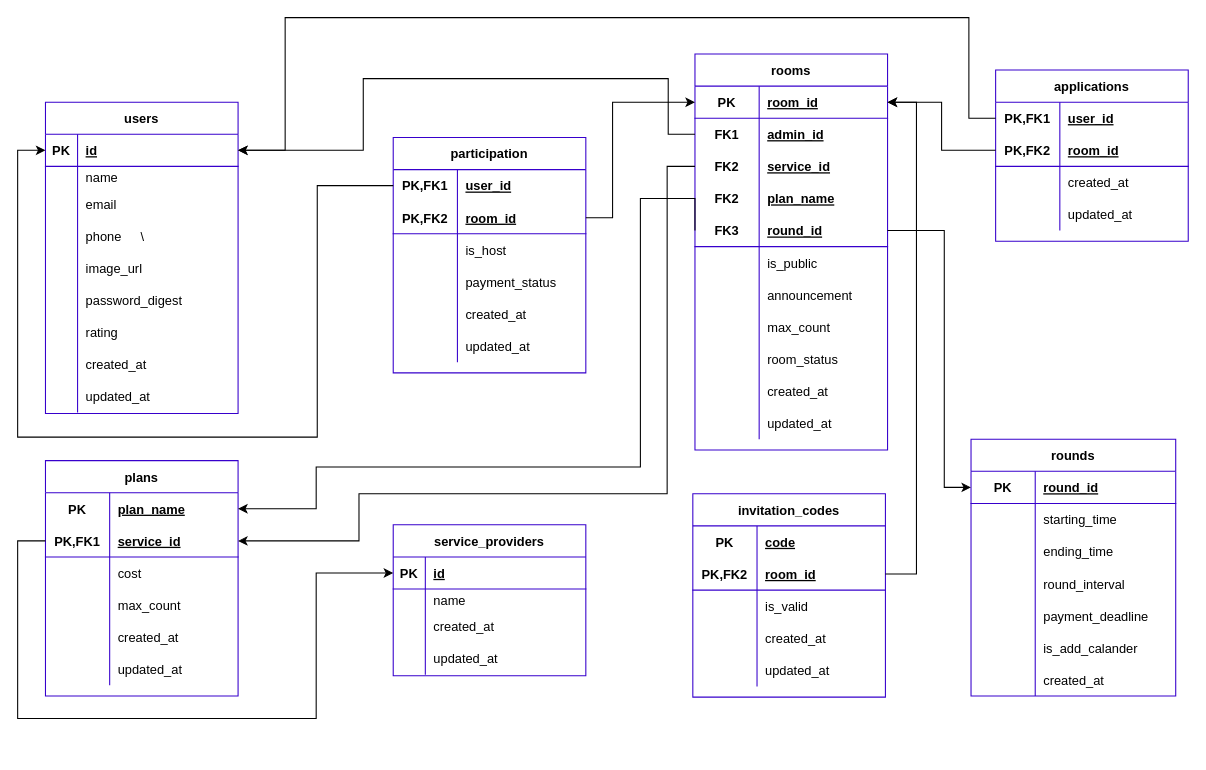
Before: db/schema/table.drawio in billsgates/salamander, a draw.io diagram. Source tidied: cells renumbered, new cells numbered last; positions are measured from the earlier drawing's top-left corner, leaving out a move shared by most shapes. Both pictures are drawn from the tidied source at 107%, with x=0, y=0 at pixel (17, 17).
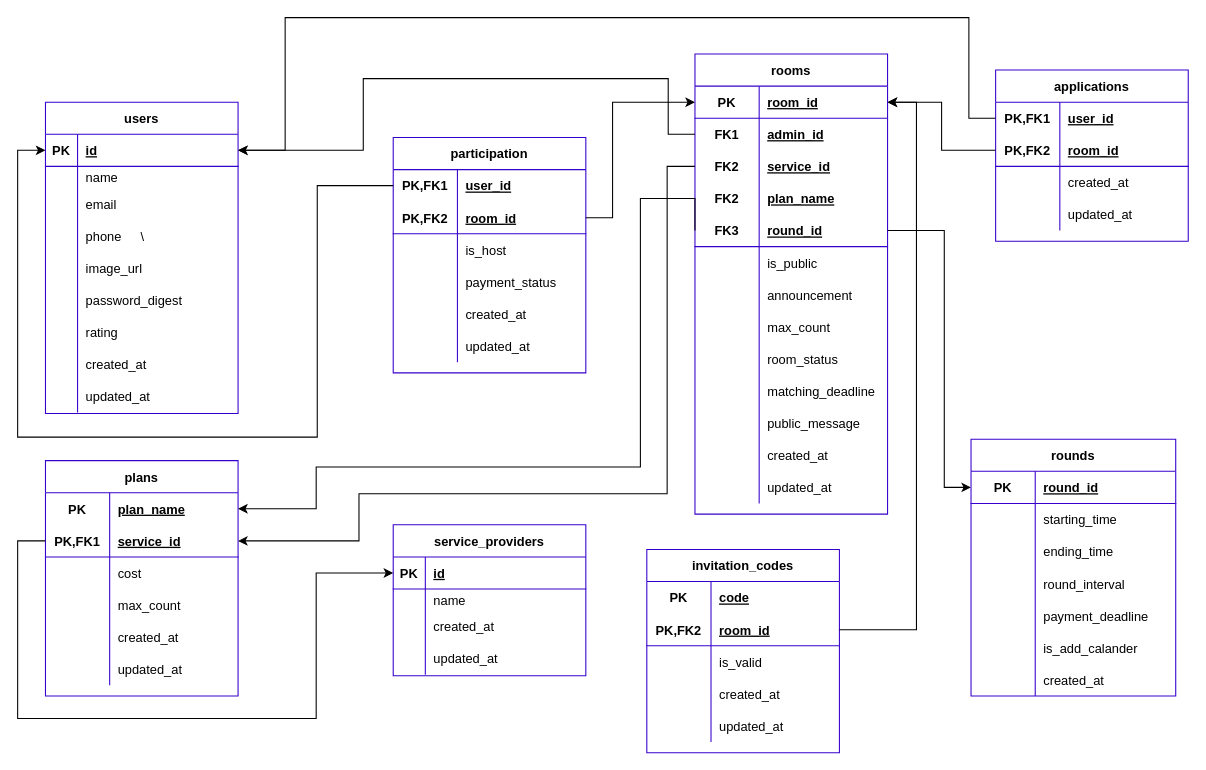
Above is the later version.

Commit message (it also covers changes not shown here):
Update database schema & Update /rooms POST request body

Unchanged cells that the change refers to:
```xml
<mxCell id="63" style="shape=partialRectangle;fillColor=none;top=0;left=0;bottom=1;right=0;points=[[0,0.5],[1,0.5]];portConstraint=eastwest;strokeColor=#3700CC;" parent="62" vertex="1">
  <mxGeometry y="30" width="180" height="30" as="geometry" />
</mxCell>
<mxCell id="125" style="shape=partialRectangle;fillColor=none;top=0;left=0;bottom=1;right=0;points=[[0,0.5],[1,0.5]];portConstraint=eastwest;strokeColor=#3700CC;" parent="121" vertex="1">
  <mxGeometry y="60" width="180" height="30" as="geometry" />
</mxCell>
```

Diff of the diagram source:
```diff
@@
     <mxCell id="62" value="rooms" style="shape=table;startSize=30;childLayout=tableLayout;rowLines=0;fontStyle=1;align=center;shadow=0;labelBackgroundColor=none;strokeColor=#3700CC;fontColor=#000000;fillColor=#FFFFFF;swimlaneFillColor=#ffffff;" parent="1" vertex="1">
-      <mxGeometry x="633" y="34" width="180" height="370" as="geometry" />
+      <mxGeometry x="633" y="34" width="180" height="430" as="geometry" />
     </mxCell>
@@
+    <mxCell id="178" style="shape=partialRectangle;fillColor=none;top=0;left=0;bottom=0;right=0;" parent="62" vertex="1">
+      <mxGeometry y="300" width="180" height="30" as="geometry" />
+    </mxCell>
+    <mxCell id="179" style="shape=partialRectangle;fillColor=none;top=0;left=0;bottom=0;right=0;overflow=hidden;fontColor=#000000;" parent="178" vertex="1">
+      <mxGeometry width="60" height="30" as="geometry" />
+    </mxCell>
+    <mxCell id="180" value="matching_deadline" style="shape=partialRectangle;fillColor=none;top=0;left=0;bottom=0;right=0;align=left;spacingLeft=6;overflow=hidden;fontColor=#000000;" parent="178" vertex="1">
+      <mxGeometry x="60" width="120" height="30" as="geometry" />
+    </mxCell>
+    <mxCell id="181" style="shape=partialRectangle;fillColor=none;top=0;left=0;bottom=0;right=0;" parent="62" vertex="1">
+      <mxGeometry y="330" width="180" height="30" as="geometry" />
+    </mxCell>
+    <mxCell id="182" style="shape=partialRectangle;fillColor=none;top=0;left=0;bottom=0;right=0;overflow=hidden;fontColor=#000000;" parent="181" vertex="1">
+      <mxGeometry width="60" height="30" as="geometry" />
+    </mxCell>
+    <mxCell id="183" value="public_message" style="shape=partialRectangle;fillColor=none;top=0;left=0;bottom=0;right=0;align=left;spacingLeft=6;overflow=hidden;fontColor=#000000;" parent="181" vertex="1">
+      <mxGeometry x="60" width="120" height="30" as="geometry" />
+    </mxCell>
     <mxCell id="90" style="shape=partialRectangle;fillColor=none;top=0;left=0;bottom=0;right=0;" parent="62" vertex="1">
-      <mxGeometry y="300" width="180" height="30" as="geometry" />
+      <mxGeometry y="360" width="180" height="30" as="geometry" />
     </mxCell>
@@
     <mxCell id="93" style="shape=partialRectangle;fillColor=none;top=0;left=0;bottom=0;right=0;" parent="62" vertex="1">
-      <mxGeometry y="330" width="180" height="30" as="geometry" />
+      <mxGeometry y="390" width="180" height="30" as="geometry" />
     </mxCell>
@@
     <mxCell id="121" value="invitation_codes" style="shape=table;startSize=30;childLayout=tableLayout;rowLines=0;fontStyle=1;align=center;shadow=0;labelBackgroundColor=none;strokeColor=#3700CC;fontColor=#000000;fillColor=#FFFFFF;swimlaneFillColor=#ffffff;" parent="1" vertex="1">
-      <mxGeometry x="631" y="445" width="180" height="190" as="geometry" />
+      <mxGeometry x="588" y="497" width="180" height="190" as="geometry" />
     </mxCell>
@@
     <mxCell id="137" style="edgeStyle=orthogonalEdgeStyle;rounded=0;jettySize=auto;html=1;entryX=1;entryY=0.5;entryDx=0;entryDy=0;strokeColor=#000000;exitX=1;exitY=0.5;exitDx=0;exitDy=0;" parent="1" edge="1" source="125" target="63">
       <mxGeometry relative="1" as="geometry">
         <Array as="points">
-          <mxPoint x="840" y="520" />
+          <mxPoint x="840" y="572" />
           <mxPoint x="840" y="79" />
         </Array>
       </mxGeometry>
     </mxCell>
```
